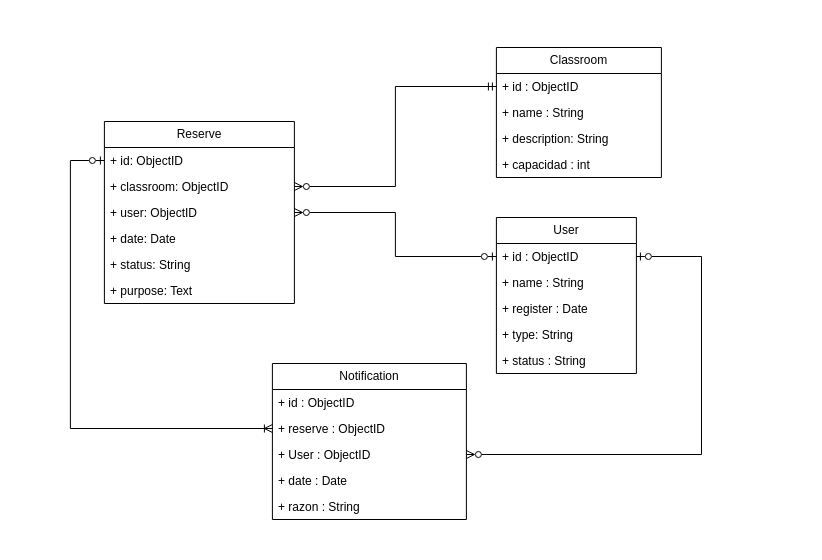
Above: docs/DataModel.drawio in Andr3xDev/ISIBook (draw.io), before the change. Source tidied: cells renumbered, new cells numbered last; positions are measured from the earlier drawing's top-left corner, leaving out a move shared by most shapes. Both pictures are drawn from the tidied source at 100%, with x=0, y=0 at pixel (70, 47).
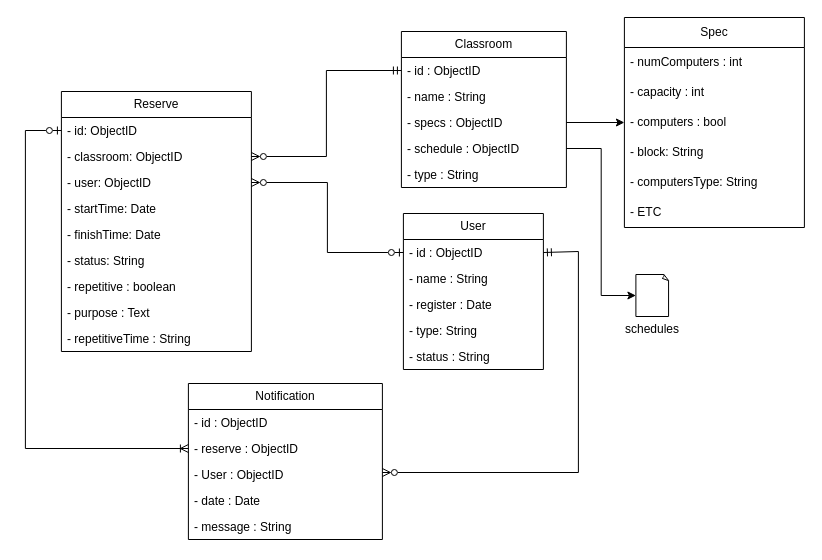
Above is the later version.

Commit message (it also covers changes not shown here):
Update data model

Change to the diagram source:
```diff
@@
     <mxCell id="2" value="&lt;div&gt;Classroom&lt;/div&gt;" style="swimlane;fontStyle=0;horizontal=1;startSize=26;fillColor=none;whiteSpace=wrap;html=1;labelBackgroundColor=none;rounded=0;" parent="1" vertex="1">
-      <mxGeometry x="425.9" width="165" height="130" as="geometry" />
+      <mxGeometry x="330.9" y="-16" width="165" height="156" as="geometry" />
     </mxCell>
-    <mxCell id="3" value="&lt;div&gt;+ id : ObjectID&lt;/div&gt;" style="text;strokeColor=none;fillColor=none;align=left;verticalAlign=top;spacingLeft=4;spacingRight=4;overflow=hidden;points=[[0,0.5],[1,0.5]];portConstraint=eastwest;whiteSpace=wrap;html=1;labelBackgroundColor=none;rounded=0;" parent="2" vertex="1">
+    <mxCell id="3" value="- id : ObjectID" style="text;strokeColor=none;fillColor=none;align=left;verticalAlign=top;spacingLeft=4;spacingRight=4;overflow=hidden;points=[[0,0.5],[1,0.5]];portConstraint=eastwest;whiteSpace=wrap;html=1;labelBackgroundColor=none;rounded=0;" parent="2" vertex="1">
       <mxGeometry y="26" width="165" height="26" as="geometry" />
     </mxCell>
-    <mxCell id="4" value="+ name : String" style="text;strokeColor=none;fillColor=none;align=left;verticalAlign=top;spacingLeft=4;spacingRight=4;overflow=hidden;whiteSpace=wrap;html=1;labelBackgroundColor=none;rounded=0;" parent="2" vertex="1">
+    <mxCell id="4" value="- name : String" style="text;strokeColor=none;fillColor=none;align=left;verticalAlign=top;spacingLeft=4;spacingRight=4;overflow=hidden;whiteSpace=wrap;html=1;labelBackgroundColor=none;rounded=0;" parent="2" vertex="1">
       <mxGeometry y="52" width="165" height="26" as="geometry" />
     </mxCell>
-    <mxCell id="5" value="&lt;div&gt;+ description: String&lt;/div&gt;" style="text;strokeColor=none;fillColor=none;align=left;verticalAlign=top;spacingLeft=4;spacingRight=4;overflow=hidden;points=[[0,0.5],[1,0.5]];portConstraint=eastwest;whiteSpace=wrap;html=1;labelBackgroundColor=none;rounded=0;" parent="2" vertex="1">
+    <mxCell id="5" value="- specs : ObjectID" style="text;strokeColor=none;fillColor=none;align=left;verticalAlign=top;spacingLeft=4;spacingRight=4;overflow=hidden;points=[[0,0.5],[1,0.5]];portConstraint=eastwest;whiteSpace=wrap;html=1;labelBackgroundColor=none;rounded=0;" parent="2" vertex="1">
       <mxGeometry y="78" width="165" height="26" as="geometry" />
     </mxCell>
-    <mxCell id="6" value="&lt;div&gt;+ capacidad : int&lt;/div&gt;" style="text;strokeColor=none;fillColor=none;align=left;verticalAlign=top;spacingLeft=4;spacingRight=4;overflow=hidden;points=[[0,0.5],[1,0.5]];portConstraint=eastwest;whiteSpace=wrap;html=1;labelBackgroundColor=none;rounded=0;" parent="2" vertex="1">
+    <mxCell id="6" value="- schedule : ObjectID" style="text;strokeColor=none;fillColor=none;align=left;verticalAlign=top;spacingLeft=4;spacingRight=4;overflow=hidden;points=[[0,0.5],[1,0.5]];portConstraint=eastwest;whiteSpace=wrap;html=1;labelBackgroundColor=none;rounded=0;" parent="2" vertex="1">
       <mxGeometry y="104" width="165" height="26" as="geometry" />
     </mxCell>
+    <mxCell id="30" value="- type : String" style="text;strokeColor=none;fillColor=none;align=left;verticalAlign=top;spacingLeft=4;spacingRight=4;overflow=hidden;whiteSpace=wrap;html=1;labelBackgroundColor=none;rounded=0;" parent="2" vertex="1">
+      <mxGeometry y="130" width="165" height="26" as="geometry" />
+    </mxCell>
     <mxCell id="7" value="&lt;div&gt;User&lt;/div&gt;" style="swimlane;fontStyle=0;horizontal=1;startSize=26;fillColor=none;whiteSpace=wrap;html=1;labelBackgroundColor=none;rounded=0;" parent="1" vertex="1">
-      <mxGeometry x="425.9" y="170" width="140" height="156" as="geometry" />
+      <mxGeometry x="332.9" y="166" width="140" height="156" as="geometry" />
     </mxCell>
-    <mxCell id="8" value="&lt;div&gt;+ id : ObjectID&lt;/div&gt;" style="text;strokeColor=none;fillColor=none;align=left;verticalAlign=top;spacingLeft=4;spacingRight=4;overflow=hidden;points=[[0,0.5],[1,0.5]];portConstraint=eastwest;whiteSpace=wrap;html=1;labelBackgroundColor=none;rounded=0;" parent="7" vertex="1">
+    <mxCell id="8" value="- id : ObjectID" style="text;strokeColor=none;fillColor=none;align=left;verticalAlign=top;spacingLeft=4;spacingRight=4;overflow=hidden;points=[[0,0.5],[1,0.5]];portConstraint=eastwest;whiteSpace=wrap;html=1;labelBackgroundColor=none;rounded=0;" parent="7" vertex="1">
       <mxGeometry y="26" width="140" height="26" as="geometry" />
     </mxCell>
-    <mxCell id="9" value="+ name : String" style="text;strokeColor=none;fillColor=none;align=left;verticalAlign=top;spacingLeft=4;spacingRight=4;overflow=hidden;whiteSpace=wrap;html=1;labelBackgroundColor=none;rounded=0;" parent="7" vertex="1">
+    <mxCell id="9" value="- name : String" style="text;strokeColor=none;fillColor=none;align=left;verticalAlign=top;spacingLeft=4;spacingRight=4;overflow=hidden;whiteSpace=wrap;html=1;labelBackgroundColor=none;rounded=0;" parent="7" vertex="1">
       <mxGeometry y="52" width="140" height="26" as="geometry" />
     </mxCell>
-    <mxCell id="10" value="&lt;div&gt;+ register : Date&lt;/div&gt;" style="text;strokeColor=none;fillColor=none;align=left;verticalAlign=top;spacingLeft=4;spacingRight=4;overflow=hidden;whiteSpace=wrap;html=1;labelBackgroundColor=none;rounded=0;" parent="7" vertex="1">
+    <mxCell id="10" value="- register : Date" style="text;strokeColor=none;fillColor=none;align=left;verticalAlign=top;spacingLeft=4;spacingRight=4;overflow=hidden;whiteSpace=wrap;html=1;labelBackgroundColor=none;rounded=0;" parent="7" vertex="1">
       <mxGeometry y="78" width="140" height="26" as="geometry" />
     </mxCell>
-    <mxCell id="11" value="&lt;div&gt;+ type: String&lt;/div&gt;" style="text;strokeColor=none;fillColor=none;align=left;verticalAlign=top;spacingLeft=4;spacingRight=4;overflow=hidden;whiteSpace=wrap;html=1;labelBackgroundColor=none;rounded=0;" parent="7" vertex="1">
+    <mxCell id="11" value="- type: String" style="text;strokeColor=none;fillColor=none;align=left;verticalAlign=top;spacingLeft=4;spacingRight=4;overflow=hidden;whiteSpace=wrap;html=1;labelBackgroundColor=none;rounded=0;" parent="7" vertex="1">
       <mxGeometry y="104" width="140" height="26" as="geometry" />
     </mxCell>
-    <mxCell id="12" value="+ status : String" style="text;strokeColor=none;fillColor=none;align=left;verticalAlign=top;spacingLeft=4;spacingRight=4;overflow=hidden;whiteSpace=wrap;html=1;labelBackgroundColor=none;rounded=0;" parent="7" vertex="1">
+    <mxCell id="12" value="- status : String" style="text;strokeColor=none;fillColor=none;align=left;verticalAlign=top;spacingLeft=4;spacingRight=4;overflow=hidden;whiteSpace=wrap;html=1;labelBackgroundColor=none;rounded=0;" parent="7" vertex="1">
       <mxGeometry y="130" width="140" height="26" as="geometry" />
     </mxCell>
     <mxCell id="13" value="Reserve" style="swimlane;fontStyle=0;horizontal=1;startSize=26;fillColor=none;whiteSpace=wrap;html=1;labelBackgroundColor=none;rounded=0;" parent="1" vertex="1">
-      <mxGeometry x="33.9" y="74" width="190" height="182" as="geometry" />
+      <mxGeometry x="-9.1" y="44" width="190" height="260" as="geometry" />
     </mxCell>
-    <mxCell id="14" value="&lt;div&gt;+ id: ObjectID&lt;/div&gt;" style="text;strokeColor=none;fillColor=none;align=left;verticalAlign=top;spacingLeft=4;spacingRight=4;overflow=hidden;points=[[0,0.5],[1,0.5]];portConstraint=eastwest;whiteSpace=wrap;html=1;labelBackgroundColor=none;rounded=0;" parent="13" vertex="1">
+    <mxCell id="14" value="- id: ObjectID" style="text;strokeColor=none;fillColor=none;align=left;verticalAlign=top;spacingLeft=4;spacingRight=4;overflow=hidden;points=[[0,0.5],[1,0.5]];portConstraint=eastwest;whiteSpace=wrap;html=1;labelBackgroundColor=none;rounded=0;" parent="13" vertex="1">
       <mxGeometry y="26" width="190" height="26" as="geometry" />
     </mxCell>
-    <mxCell id="15" value="&lt;div&gt;+ classroom: ObjectID&lt;/div&gt;" style="text;strokeColor=none;fillColor=none;align=left;verticalAlign=top;spacingLeft=4;spacingRight=4;overflow=hidden;points=[[0,0.5],[1,0.5]];portConstraint=eastwest;whiteSpace=wrap;html=1;labelBackgroundColor=none;rounded=0;" parent="13" vertex="1">
+    <mxCell id="15" value="&lt;div&gt;- classroom: ObjectID&lt;/div&gt;" style="text;strokeColor=none;fillColor=none;align=left;verticalAlign=top;spacingLeft=4;spacingRight=4;overflow=hidden;points=[[0,0.5],[1,0.5]];portConstraint=eastwest;whiteSpace=wrap;html=1;labelBackgroundColor=none;rounded=0;" parent="13" vertex="1">
       <mxGeometry y="52" width="190" height="26" as="geometry" />
     </mxCell>
-    <mxCell id="16" value="&lt;div&gt;+ user: ObjectID&lt;/div&gt;" style="text;strokeColor=none;fillColor=none;align=left;verticalAlign=top;spacingLeft=4;spacingRight=4;overflow=hidden;points=[[0,0.5],[1,0.5]];portConstraint=eastwest;whiteSpace=wrap;html=1;labelBackgroundColor=none;rounded=0;" parent="13" vertex="1">
+    <mxCell id="16" value="- user: ObjectID" style="text;strokeColor=none;fillColor=none;align=left;verticalAlign=top;spacingLeft=4;spacingRight=4;overflow=hidden;points=[[0,0.5],[1,0.5]];portConstraint=eastwest;whiteSpace=wrap;html=1;labelBackgroundColor=none;rounded=0;" parent="13" vertex="1">
       <mxGeometry y="78" width="190" height="26" as="geometry" />
     </mxCell>
-    <mxCell id="17" value="&lt;div&gt;+ date: Date&lt;/div&gt;" style="text;strokeColor=none;fillColor=none;align=left;verticalAlign=top;spacingLeft=4;spacingRight=4;overflow=hidden;whiteSpace=wrap;html=1;labelBackgroundColor=none;rounded=0;" parent="13" vertex="1">
+    <mxCell id="17" value="- startTime: Date" style="text;strokeColor=none;fillColor=none;align=left;verticalAlign=top;spacingLeft=4;spacingRight=4;overflow=hidden;whiteSpace=wrap;html=1;labelBackgroundColor=none;rounded=0;" parent="13" vertex="1">
       <mxGeometry y="104" width="190" height="26" as="geometry" />
     </mxCell>
+    <mxCell id="31" value="- finishTime: Date" style="text;strokeColor=none;fillColor=none;align=left;verticalAlign=top;spacingLeft=4;spacingRight=4;overflow=hidden;whiteSpace=wrap;html=1;labelBackgroundColor=none;rounded=0;" parent="13" vertex="1">
+      <mxGeometry y="130" width="190" height="26" as="geometry" />
+    </mxCell>
-    <mxCell id="18" value="&lt;div&gt;+ status: String&lt;/div&gt;" style="text;strokeColor=none;fillColor=none;align=left;verticalAlign=top;spacingLeft=4;spacingRight=4;overflow=hidden;whiteSpace=wrap;html=1;labelBackgroundColor=none;rounded=0;" parent="13" vertex="1">
-      <mxGeometry y="130" width="190" height="26" as="geometry" />
+    <mxCell id="18" value="- status: String" style="text;strokeColor=none;fillColor=none;align=left;verticalAlign=top;spacingLeft=4;spacingRight=4;overflow=hidden;whiteSpace=wrap;html=1;labelBackgroundColor=none;rounded=0;" parent="13" vertex="1">
+      <mxGeometry y="156" width="190" height="26" as="geometry" />
     </mxCell>
+    <mxCell id="32" value="- repetitive : boolean" style="text;strokeColor=none;fillColor=none;align=left;verticalAlign=top;spacingLeft=4;spacingRight=4;overflow=hidden;whiteSpace=wrap;html=1;labelBackgroundColor=none;rounded=0;" parent="13" vertex="1">
+      <mxGeometry y="182" width="190" height="26" as="geometry" />
+    </mxCell>
-    <mxCell id="19" value="&lt;div&gt;+ purpose: Text&lt;/div&gt;" style="text;strokeColor=none;fillColor=none;align=left;verticalAlign=top;spacingLeft=4;spacingRight=4;overflow=hidden;whiteSpace=wrap;html=1;labelBackgroundColor=none;rounded=0;" parent="13" vertex="1">
-      <mxGeometry y="156" width="190" height="26" as="geometry" />
+    <mxCell id="19" value="- purpose : Text" style="text;strokeColor=none;fillColor=none;align=left;verticalAlign=top;spacingLeft=4;spacingRight=4;overflow=hidden;whiteSpace=wrap;html=1;labelBackgroundColor=none;rounded=0;" parent="13" vertex="1">
+      <mxGeometry y="208" width="190" height="26" as="geometry" />
     </mxCell>
+    <mxCell id="33" value="- repetitiveTime : String" style="text;strokeColor=none;fillColor=none;align=left;verticalAlign=top;spacingLeft=4;spacingRight=4;overflow=hidden;whiteSpace=wrap;html=1;labelBackgroundColor=none;rounded=0;" parent="13" vertex="1">
+      <mxGeometry y="234" width="190" height="26" as="geometry" />
+    </mxCell>
@@
     <mxCell id="22" value="Notification" style="swimlane;fontStyle=0;horizontal=1;startSize=26;fillColor=none;whiteSpace=wrap;html=1;" parent="1" vertex="1">
-      <mxGeometry x="201.9" y="316" width="194" height="156" as="geometry" />
+      <mxGeometry x="117.9" y="336" width="194" height="156" as="geometry" />
     </mxCell>
-    <mxCell id="23" value="&lt;div&gt;+ id : ObjectID&lt;/div&gt;" style="text;strokeColor=none;fillColor=none;align=left;verticalAlign=top;spacingLeft=4;spacingRight=4;overflow=hidden;whiteSpace=wrap;html=1;" parent="22" vertex="1">
+    <mxCell id="23" value="- id : ObjectID" style="text;strokeColor=none;fillColor=none;align=left;verticalAlign=top;spacingLeft=4;spacingRight=4;overflow=hidden;whiteSpace=wrap;html=1;" parent="22" vertex="1">
       <mxGeometry y="26" width="194" height="26" as="geometry" />
     </mxCell>
-    <mxCell id="24" value="&lt;div&gt;+ reserve : ObjectID&lt;/div&gt;" style="text;strokeColor=none;fillColor=none;align=left;verticalAlign=top;spacingLeft=4;spacingRight=4;overflow=hidden;points=[[0,0.5],[1,0.5]];portConstraint=eastwest;whiteSpace=wrap;html=1;labelBackgroundColor=none;rounded=0;" parent="22" vertex="1">
+    <mxCell id="24" value="- reserve : ObjectID" style="text;strokeColor=none;fillColor=none;align=left;verticalAlign=top;spacingLeft=4;spacingRight=4;overflow=hidden;points=[[0,0.5],[1,0.5]];portConstraint=eastwest;whiteSpace=wrap;html=1;labelBackgroundColor=none;rounded=0;" parent="22" vertex="1">
       <mxGeometry y="52" width="194" height="26" as="geometry" />
     </mxCell>
-    <mxCell id="25" value="&lt;div&gt;+ User : ObjectID&lt;/div&gt;" style="text;strokeColor=none;fillColor=none;align=left;verticalAlign=top;spacingLeft=4;spacingRight=4;overflow=hidden;points=[[0,0.5],[1,0.5]];portConstraint=eastwest;whiteSpace=wrap;html=1;" parent="22" vertex="1">
+    <mxCell id="25" value="- User : ObjectID" style="text;strokeColor=none;fillColor=none;align=left;verticalAlign=top;spacingLeft=4;spacingRight=4;overflow=hidden;points=[[0,0.5],[1,0.5]];portConstraint=eastwest;whiteSpace=wrap;html=1;" parent="22" vertex="1">
       <mxGeometry y="78" width="194" height="26" as="geometry" />
     </mxCell>
-    <mxCell id="26" value="&lt;div&gt;+ date : Date&lt;/div&gt;" style="text;strokeColor=none;fillColor=none;align=left;verticalAlign=top;spacingLeft=4;spacingRight=4;overflow=hidden;whiteSpace=wrap;html=1;" parent="22" vertex="1">
+    <mxCell id="26" value="- date : Date" style="text;strokeColor=none;fillColor=none;align=left;verticalAlign=top;spacingLeft=4;spacingRight=4;overflow=hidden;whiteSpace=wrap;html=1;" parent="22" vertex="1">
       <mxGeometry y="104" width="194" height="26" as="geometry" />
     </mxCell>
-    <mxCell id="27" value="&lt;div&gt;+ razon : String&lt;/div&gt;" style="text;strokeColor=none;fillColor=none;align=left;verticalAlign=top;spacingLeft=4;spacingRight=4;overflow=hidden;whiteSpace=wrap;html=1;" parent="22" vertex="1">
+    <mxCell id="27" value="- message : String" style="text;strokeColor=none;fillColor=none;align=left;verticalAlign=top;spacingLeft=4;spacingRight=4;overflow=hidden;whiteSpace=wrap;html=1;" parent="22" vertex="1">
       <mxGeometry y="130" width="194" height="26" as="geometry" />
     </mxCell>
-    <mxCell id="28" style="edgeStyle=orthogonalEdgeStyle;rounded=0;jettySize=auto;html=1;exitX=1;exitY=0.5;exitDx=0;exitDy=0;endArrow=ERzeroToOne;endFill=0;startArrow=ERzeroToMany;startFill=0;entryX=1;entryY=0.5;entryDx=0;entryDy=0;" parent="1" edge="1" source="25" target="8">
+    <mxCell id="28" style="edgeStyle=orthogonalEdgeStyle;rounded=0;jettySize=auto;html=1;endArrow=ERmandOne;endFill=0;startArrow=ERzeroToMany;startFill=0;entryX=1;entryY=0.5;entryDx=0;entryDy=0;" parent="1" edge="1" source="25" target="8">
       <mxGeometry relative="1" as="geometry">
         <Array as="points">
-          <mxPoint x="631" y="407" />
-          <mxPoint x="631" y="209" />
+          <mxPoint x="507.9" y="425" />
+          <mxPoint x="507.9" y="204" />
         </Array>
       </mxGeometry>
     </mxCell>
-    <mxCell id="29" style="edgeStyle=orthogonalEdgeStyle;rounded=0;jettySize=auto;html=1;exitX=0;exitY=0.5;exitDx=0;exitDy=0;entryX=0;entryY=0.5;entryDx=0;entryDy=0;endArrow=ERzeroToOne;endFill=0;startArrow=ERoneToMany;startFill=0;" parent="1" edge="1" source="24" target="14">
+    <mxCell id="29" style="edgeStyle=orthogonalEdgeStyle;rounded=0;jettySize=auto;html=1;entryX=0;entryY=0.5;entryDx=0;entryDy=0;endArrow=ERzeroToOne;endFill=0;startArrow=ERoneToMany;startFill=0;" parent="1" edge="1" source="24" target="14">
       <mxGeometry relative="1" as="geometry">
         <Array as="points">
-          <mxPoint x="-0.1" y="381" />
-          <mxPoint x="-0.1" y="113" />
+          <mxPoint x="-45.1" y="401" />
+          <mxPoint x="-45.1" y="83" />
         </Array>
       </mxGeometry>
     </mxCell>
+    <mxCell id="34" value="Spec" style="swimlane;fontStyle=0;horizontal=1;startSize=30;whiteSpace=wrap;html=1;" parent="1" vertex="1">
+      <mxGeometry x="553.9" y="-30" width="180" height="210" as="geometry" />
+    </mxCell>
+    <mxCell id="35" value="- numComputers : int" style="text;strokeColor=none;fillColor=none;align=left;verticalAlign=middle;spacingLeft=4;spacingRight=4;overflow=hidden;whiteSpace=wrap;html=1;" parent="34" vertex="1">
+      <mxGeometry y="30" width="180" height="30" as="geometry" />
+    </mxCell>
+    <mxCell id="36" value="- capacity : int" style="text;strokeColor=none;fillColor=none;align=left;verticalAlign=middle;spacingLeft=4;spacingRight=4;overflow=hidden;whiteSpace=wrap;html=1;" parent="34" vertex="1">
+      <mxGeometry y="60" width="180" height="30" as="geometry" />
+    </mxCell>
+    <mxCell id="37" value="&lt;div&gt;- computers : bool&lt;/div&gt;" style="text;strokeColor=none;fillColor=none;align=left;verticalAlign=middle;spacingLeft=4;spacingRight=4;overflow=hidden;whiteSpace=wrap;html=1;" parent="34" vertex="1">
+      <mxGeometry y="90" width="180" height="30" as="geometry" />
+    </mxCell>
+    <mxCell id="38" value="- block: String" style="text;strokeColor=none;fillColor=none;align=left;verticalAlign=middle;spacingLeft=4;spacingRight=4;overflow=hidden;whiteSpace=wrap;html=1;" parent="34" vertex="1">
+      <mxGeometry y="120" width="180" height="30" as="geometry" />
+    </mxCell>
+    <mxCell id="39" value="- computersType: String" style="text;strokeColor=none;fillColor=none;align=left;verticalAlign=middle;spacingLeft=4;spacingRight=4;overflow=hidden;whiteSpace=wrap;html=1;" parent="34" vertex="1">
+      <mxGeometry y="150" width="180" height="30" as="geometry" />
+    </mxCell>
+    <mxCell id="40" value="- ETC" style="text;strokeColor=none;fillColor=none;align=left;verticalAlign=middle;spacingLeft=4;spacingRight=4;overflow=hidden;whiteSpace=wrap;html=1;" parent="34" vertex="1">
+      <mxGeometry y="180" width="180" height="30" as="geometry" />
+    </mxCell>
+    <mxCell id="41" style="edgeStyle=orthogonalEdgeStyle;rounded=0;jettySize=auto;html=1;exitX=1;exitY=0.5;exitDx=0;exitDy=0;" parent="1" edge="1" source="5" target="34">
+      <mxGeometry relative="1" as="geometry" />
+    </mxCell>
+    <mxCell id="42" style="whiteSpace=wrap;html=1;shape=mxgraph.basic.document;" parent="1" vertex="1">
+      <mxGeometry x="565.4" y="227" width="33" height="42" as="geometry" />
+    </mxCell>
+    <mxCell id="43" style="edgeStyle=orthogonalEdgeStyle;rounded=0;jettySize=auto;html=1;exitX=1;exitY=0.5;exitDx=0;exitDy=0;entryX=0;entryY=0.5;entryDx=0;entryDy=0;entryPerimeter=0;" parent="1" edge="1" source="6" target="42">
+      <mxGeometry relative="1" as="geometry" />
+    </mxCell>
+    <mxCell id="44" value="schedules" style="text;html=1;align=center;verticalAlign=middle;whiteSpace=wrap;rounded=0;" parent="1" vertex="1">
+      <mxGeometry x="551.9" y="267" width="60" height="30" as="geometry" />
+    </mxCell>
```
